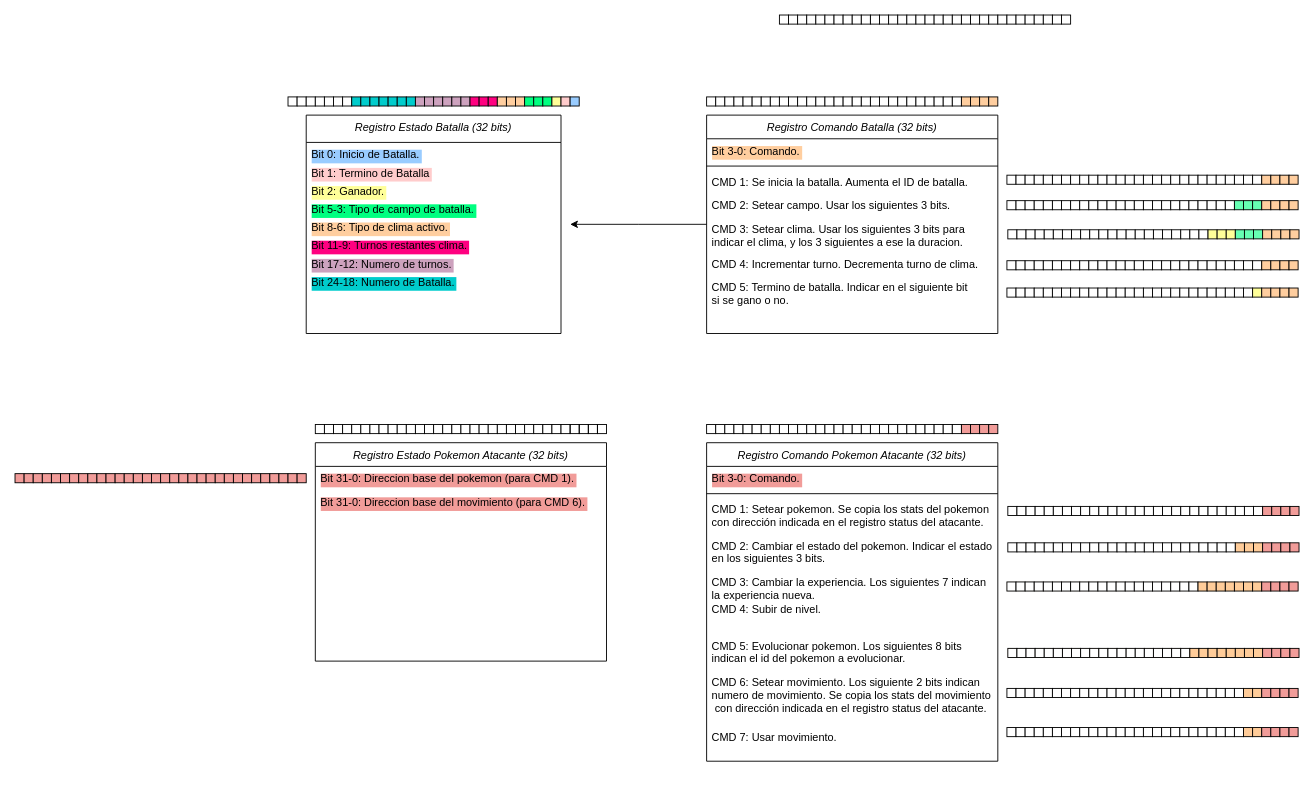
sufigueroa/rars keeps this draw.io diagram as src/images/pokemon/UML.drawio. Above is the earlier version. Source tidied: cells renumbered, new cells numbered last; positions are measured from the earlier drawing's top-left corner, leaving out a move shared by most shapes. Both pictures are drawn from the tidied source at 91%, with x=0, y=0 at pixel (15, 15).
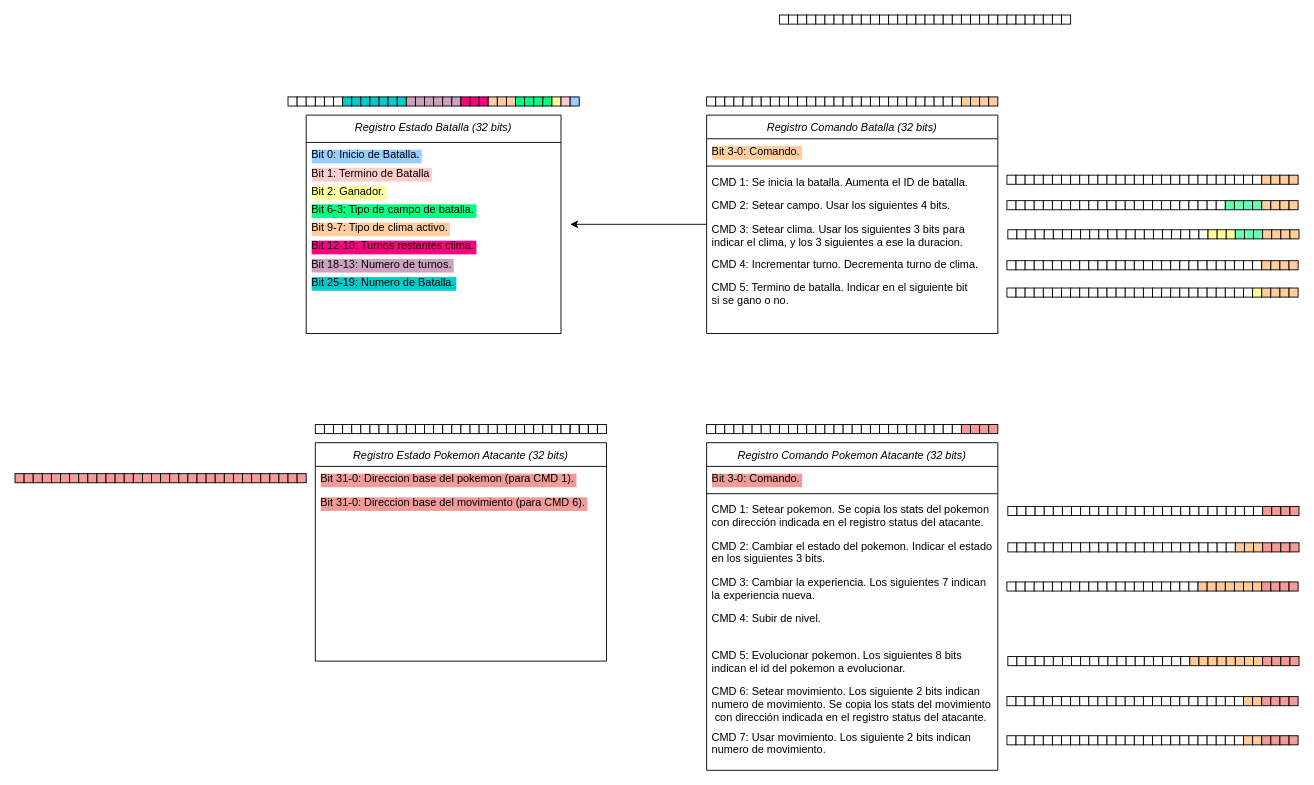
Above is the later version.

The change refers to these unchanged cells:
```xml
<mxCell id="2" value="Registro Estado Batalla (32 bits)" style="swimlane;fontStyle=2;align=center;verticalAlign=top;horizontal=1;startSize=30;rounded=0;shadow=0;strokeWidth=1;" parent="1" vertex="1">
  <mxGeometry x="320" y="110" width="280" height="240" as="geometry" />
</mxCell>
<mxCell id="12" value="Registro Comando Batalla (32 bits)" style="swimlane;fontStyle=2;align=center;verticalAlign=top;horizontal=1;startSize=26;rounded=0;shadow=0;strokeWidth=1;" parent="1" vertex="1">
  <mxGeometry x="760" y="110" width="320" height="240" as="geometry" />
</mxCell>
<mxCell id="53" style="group;" parent="1" vertex="1">
  <mxGeometry x="300" y="90" width="320" height="10" as="geometry" />
</mxCell>
<mxCell id="195" style="group;" parent="1" vertex="1">
  <mxGeometry x="1090" y="204" width="320" height="10" as="geometry" />
</mxCell>
```

Change to the diagram source:
```diff
@@
-    <mxCell id="6" value="Bit 5-3: Tipo de campo de batalla." style="text;align=left;verticalAlign=top;spacingLeft=4;spacingRight=4;overflow=hidden;rounded=0;shadow=0;html=0;labelBackgroundColor=#00ff80;" parent="2" vertex="1">
+    <mxCell id="6" value="Bit 6-3: Tipo de campo de batalla." style="text;align=left;verticalAlign=top;spacingLeft=4;spacingRight=4;overflow=hidden;rounded=0;shadow=0;html=0;labelBackgroundColor=#00ff80;" parent="2" vertex="1">
       <mxGeometry y="90" width="280" height="20" as="geometry" />
     </mxCell>
-    <mxCell id="7" value="Bit 8-6: Tipo de clima activo." style="text;align=left;verticalAlign=top;spacingLeft=4;spacingRight=4;overflow=hidden;rounded=0;shadow=0;html=0;labelBackgroundColor=#ffce9f;" parent="2" vertex="1">
+    <mxCell id="7" value="Bit 9-7: Tipo de clima activo." style="text;align=left;verticalAlign=top;spacingLeft=4;spacingRight=4;overflow=hidden;rounded=0;shadow=0;html=0;labelBackgroundColor=#ffce9f;" parent="2" vertex="1">
       <mxGeometry y="110" width="280" height="20" as="geometry" />
     </mxCell>
-    <mxCell id="8" value="Bit 11-9: Turnos restantes clima." style="text;align=left;verticalAlign=top;spacingLeft=4;spacingRight=4;overflow=hidden;rounded=0;shadow=0;html=0;labelBackgroundColor=#ff0080;" parent="2" vertex="1">
+    <mxCell id="8" value="Bit 12-10: Turnos restantes clima." style="text;align=left;verticalAlign=top;spacingLeft=4;spacingRight=4;overflow=hidden;rounded=0;shadow=0;html=0;labelBackgroundColor=#ff0080;" parent="2" vertex="1">
       <mxGeometry y="130" width="280" height="20" as="geometry" />
     </mxCell>
-    <mxCell id="9" value="Bit 17-12: Numero de turnos." style="text;align=left;verticalAlign=top;spacingLeft=4;spacingRight=4;overflow=hidden;rounded=0;shadow=0;html=0;labelBackgroundColor=#cda2be;" parent="2" vertex="1">
+    <mxCell id="9" value="Bit 18-13: Numero de turnos." style="text;align=left;verticalAlign=top;spacingLeft=4;spacingRight=4;overflow=hidden;rounded=0;shadow=0;html=0;labelBackgroundColor=#cda2be;" parent="2" vertex="1">
       <mxGeometry y="150" width="280" height="20" as="geometry" />
     </mxCell>
-    <mxCell id="10" value="Bit 24-18: Numero de Batalla." style="text;align=left;verticalAlign=top;spacingLeft=4;spacingRight=4;overflow=hidden;rounded=0;shadow=0;html=0;labelBackgroundColor=#00cccc;" parent="2" vertex="1">
+    <mxCell id="10" value="Bit 25-19: Numero de Batalla." style="text;align=left;verticalAlign=top;spacingLeft=4;spacingRight=4;overflow=hidden;rounded=0;shadow=0;html=0;labelBackgroundColor=#00cccc;" parent="2" vertex="1">
       <mxGeometry y="170" width="280" height="24" as="geometry" />
     </mxCell>
@@
-    <mxCell id="16" value="CMD 2: Setear campo. Usar los siguientes 3 bits." style="text;align=left;verticalAlign=top;spacingLeft=4;spacingRight=4;overflow=hidden;" parent="12" vertex="1">
+    <mxCell id="16" value="CMD 2: Setear campo. Usar los siguientes 4 bits." style="text;align=left;verticalAlign=top;spacingLeft=4;spacingRight=4;overflow=hidden;" parent="12" vertex="1">
       <mxGeometry y="86" width="320" height="26" as="geometry" />
     </mxCell>
@@
-    <mxCell id="60" style="whiteSpace=wrap;html=1;" parent="53" vertex="1">
-      <mxGeometry x="60" width="10" height="10" as="geometry" />
-    </mxCell>
     <mxCell id="61" style="whiteSpace=wrap;html=1;fillColor=#00CCCC;" parent="53" vertex="1">
-      <mxGeometry x="70" width="10" height="10" as="geometry" />
+      <mxGeometry x="60" width="10" height="10" as="geometry" />
     </mxCell>
     <mxCell id="62" style="whiteSpace=wrap;html=1;fillColor=#00CCCC;" parent="53" vertex="1">
-      <mxGeometry x="80" width="10" height="10" as="geometry" />
+      <mxGeometry x="70" width="10" height="10" as="geometry" />
     </mxCell>
     <mxCell id="63" style="whiteSpace=wrap;html=1;fillColor=#00CCCC;" parent="53" vertex="1">
-      <mxGeometry x="90" width="10" height="10" as="geometry" />
+      <mxGeometry x="80" width="10" height="10" as="geometry" />
     </mxCell>
     <mxCell id="64" style="whiteSpace=wrap;html=1;fillColor=#00CCCC;" parent="53" vertex="1">
-      <mxGeometry x="100" width="10" height="10" as="geometry" />
+      <mxGeometry x="90" width="10" height="10" as="geometry" />
     </mxCell>
     <mxCell id="65" style="whiteSpace=wrap;html=1;fillColor=#00CCCC;" parent="53" vertex="1">
-      <mxGeometry x="110" width="10" height="10" as="geometry" />
+      <mxGeometry x="100" width="10" height="10" as="geometry" />
     </mxCell>
     <mxCell id="66" style="whiteSpace=wrap;html=1;fillColor=#00CCCC;" parent="53" vertex="1">
-      <mxGeometry x="120" width="10" height="10" as="geometry" />
+      <mxGeometry x="110" width="10" height="10" as="geometry" />
     </mxCell>
     <mxCell id="67" style="whiteSpace=wrap;html=1;fillColor=#00CCCC;" parent="53" vertex="1">
-      <mxGeometry x="130" width="10" height="10" as="geometry" />
+      <mxGeometry x="120" width="10" height="10" as="geometry" />
     </mxCell>
     <mxCell id="68" style="whiteSpace=wrap;html=1;fillColor=#CDA2BE;" parent="53" vertex="1">
-      <mxGeometry x="140" width="10" height="10" as="geometry" />
+      <mxGeometry x="130" width="10" height="10" as="geometry" />
     </mxCell>
     <mxCell id="69" style="whiteSpace=wrap;html=1;fillColor=#CDA2BE;" parent="53" vertex="1">
-      <mxGeometry x="150" width="10" height="10" as="geometry" />
+      <mxGeometry x="140" width="10" height="10" as="geometry" />
     </mxCell>
     <mxCell id="70" style="whiteSpace=wrap;html=1;fillColor=#CDA2BE;" parent="53" vertex="1">
-      <mxGeometry x="160" width="10" height="10" as="geometry" />
+      <mxGeometry x="150" width="10" height="10" as="geometry" />
     </mxCell>
     <mxCell id="71" style="whiteSpace=wrap;html=1;fillColor=#CDA2BE;" parent="53" vertex="1">
-      <mxGeometry x="170" width="10" height="10" as="geometry" />
+      <mxGeometry x="160" width="10" height="10" as="geometry" />
     </mxCell>
     <mxCell id="72" style="whiteSpace=wrap;html=1;fillColor=#CDA2BE;" parent="53" vertex="1">
-      <mxGeometry x="180" width="10" height="10" as="geometry" />
+      <mxGeometry x="170" width="10" height="10" as="geometry" />
     </mxCell>
     <mxCell id="73" style="whiteSpace=wrap;html=1;fillColor=#CDA2BE;" parent="53" vertex="1">
-      <mxGeometry x="190" width="10" height="10" as="geometry" />
+      <mxGeometry x="180" width="10" height="10" as="geometry" />
     </mxCell>
     <mxCell id="74" style="whiteSpace=wrap;html=1;fillColor=#FF0080;" parent="53" vertex="1">
-      <mxGeometry x="200" width="10" height="10" as="geometry" />
+      <mxGeometry x="190" width="10" height="10" as="geometry" />
     </mxCell>
     <mxCell id="75" style="whiteSpace=wrap;html=1;fillColor=#FF0080;" parent="53" vertex="1">
-      <mxGeometry x="210" width="10" height="10" as="geometry" />
+      <mxGeometry x="200" width="10" height="10" as="geometry" />
     </mxCell>
     <mxCell id="76" style="whiteSpace=wrap;html=1;fillColor=#FF0080;" parent="53" vertex="1">
-      <mxGeometry x="220" width="10" height="10" as="geometry" />
+      <mxGeometry x="210" width="10" height="10" as="geometry" />
     </mxCell>
     <mxCell id="77" style="whiteSpace=wrap;html=1;fillColor=#FFCE9F;" parent="53" vertex="1">
-      <mxGeometry x="230" width="10" height="10" as="geometry" />
+      <mxGeometry x="220" width="10" height="10" as="geometry" />
     </mxCell>
     <mxCell id="78" style="whiteSpace=wrap;html=1;fillColor=#FFCE9F;" parent="53" vertex="1">
-      <mxGeometry x="240" width="10" height="10" as="geometry" />
+      <mxGeometry x="230" width="10" height="10" as="geometry" />
     </mxCell>
     <mxCell id="79" style="whiteSpace=wrap;html=1;fillColor=#FFCE9F;" parent="53" vertex="1">
-      <mxGeometry x="250" width="10" height="10" as="geometry" />
+      <mxGeometry x="240" width="10" height="10" as="geometry" />
     </mxCell>
@@
+    <mxCell id="594" style="whiteSpace=wrap;html=1;fillColor=#00FF80;" parent="53" vertex="1">
+      <mxGeometry x="250" width="10" height="10" as="geometry" />
+    </mxCell>
@@
     <mxCell id="119" value="Registro Comando Pokemon Atacante (32 bits)" style="swimlane;fontStyle=2;align=center;verticalAlign=top;horizontal=1;startSize=26;rounded=0;shadow=0;strokeWidth=1;" parent="1" vertex="1">
-      <mxGeometry x="760" y="470" width="320" height="350" as="geometry" />
+      <mxGeometry x="760" y="470" width="320" height="360" as="geometry" />
     </mxCell>
@@
     <mxCell id="124" value="CMD 3: Cambiar la experiencia. Los siguientes 7 indican &#10;la experiencia nueva." style="text;align=left;verticalAlign=top;spacingLeft=4;spacingRight=4;overflow=hidden;" parent="119" vertex="1">
-      <mxGeometry y="140" width="320" height="30" as="geometry" />
+      <mxGeometry y="140" width="320" height="40" as="geometry" />
     </mxCell>
     <mxCell id="125" value="CMD 4: Subir de nivel." style="text;align=left;verticalAlign=top;spacingLeft=4;spacingRight=4;overflow=hidden;" parent="119" vertex="1">
-      <mxGeometry y="170" width="320" height="40" as="geometry" />
+      <mxGeometry y="180" width="320" height="40" as="geometry" />
     </mxCell>
     <mxCell id="126" value="CMD 5: Evolucionar pokemon. Los siguientes 8 bits &#10;indican el id del pokemon a evolucionar." style="text;align=left;verticalAlign=top;spacingLeft=4;spacingRight=4;overflow=hidden;" parent="119" vertex="1">
-      <mxGeometry y="210" width="320" height="40" as="geometry" />
+      <mxGeometry y="220" width="320" height="40" as="geometry" />
     </mxCell>
     <mxCell id="127" value="CMD 6: Setear movimiento. Los siguiente 2 bits indican &#10;numero de movimiento. Se copia los stats del movimiento&#10; con dirección indicada en el registro status del atacante." style="text;align=left;verticalAlign=top;spacingLeft=4;spacingRight=4;overflow=hidden;" parent="119" vertex="1">
-      <mxGeometry y="250" width="320" height="60" as="geometry" />
+      <mxGeometry y="260" width="320" height="50" as="geometry" />
     </mxCell>
-    <mxCell id="128" value="CMD 7: Usar movimiento." style="text;align=left;verticalAlign=top;spacingLeft=4;spacingRight=4;overflow=hidden;" parent="119" vertex="1">
+    <mxCell id="128" value="CMD 7: Usar movimiento. Los siguiente 2 bits indican &#10;numero de movimiento." style="text;align=left;verticalAlign=top;spacingLeft=4;spacingRight=4;overflow=hidden;" parent="119" vertex="1">
       <mxGeometry y="310" width="320" height="40" as="geometry" />
     </mxCell>
@@
-    <mxCell id="220" style="whiteSpace=wrap;html=1;" parent="195" vertex="1">
+    <mxCell id="220" style="whiteSpace=wrap;html=1;fillColor=#64fbb0;" parent="195" vertex="1">
       <mxGeometry x="240" width="10" height="10" as="geometry" />
     </mxCell>
@@
     <mxCell id="462" style="group;fillColor=#FFCC99;" parent="1" vertex="1">
-      <mxGeometry x="1091" y="696" width="320" height="10" as="geometry" />
+      <mxGeometry x="1091" y="705" width="320" height="10" as="geometry" />
     </mxCell>
@@
     <mxCell id="528" style="group;" parent="1" vertex="1">
-      <mxGeometry x="1090" y="783" width="320" height="10" as="geometry" />
+      <mxGeometry x="1090" y="792" width="320" height="10" as="geometry" />
     </mxCell>
@@
     <mxCell id="561" style="group;" parent="1" vertex="1">
-      <mxGeometry x="1090" y="740" width="320" height="10" as="geometry" />
+      <mxGeometry x="1090" y="749" width="320" height="10" as="geometry" />
     </mxCell>
```
